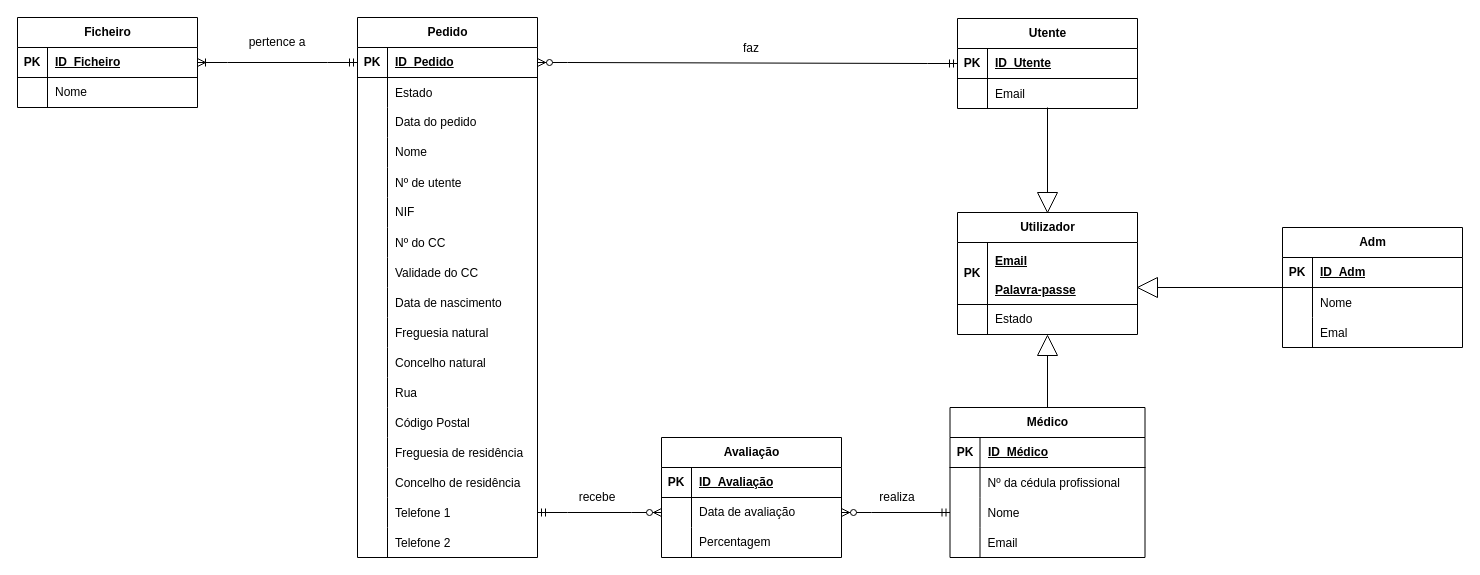
Earlier version of the draw.io diagram Diagramas/ER/diagrama_ER_JMAI.drawio (xaloftal/Juntas). Source tidied: cells renumbered, new cells numbered last; positions are measured from the earlier drawing's top-left corner, leaving out a move shared by most shapes. Both pictures are drawn from the tidied source at 100%, with x=0, y=0 at pixel (17, 17).
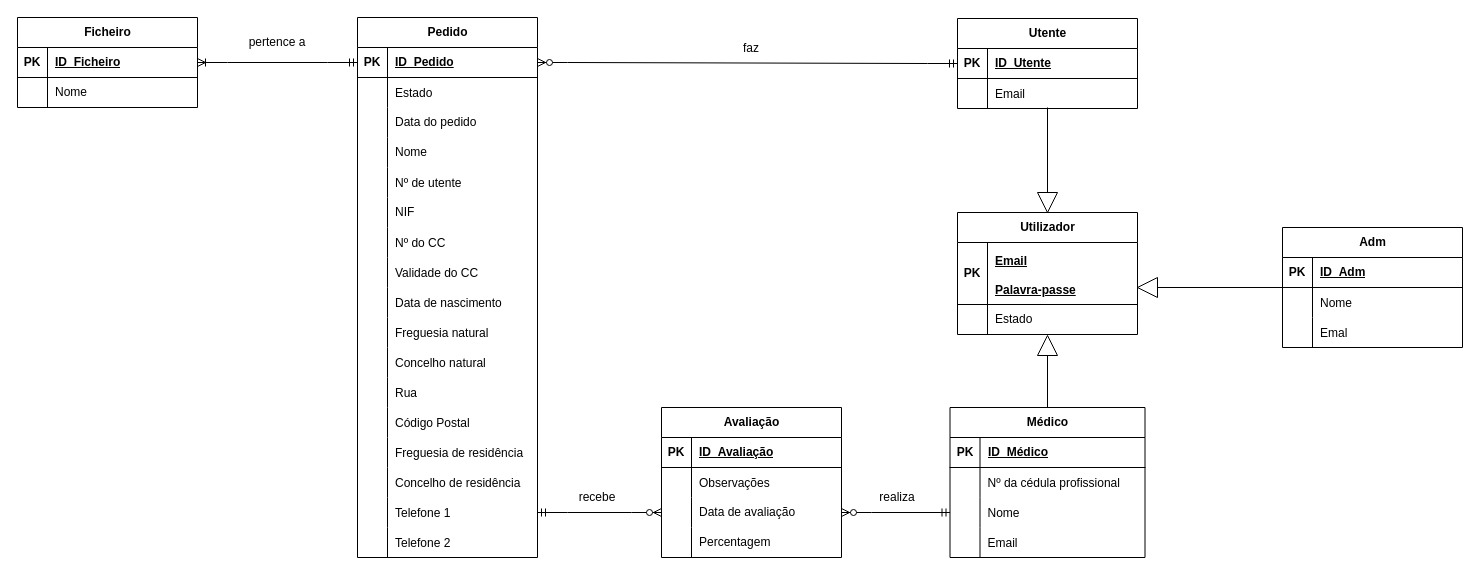
The same page after the edit.

Diff of the diagram source:
```diff
@@
     <mxCell id="61" value="Avaliação" style="shape=table;startSize=30;childLayout=tableLayout;rowLines=0;fontStyle=1;align=center;html=1;" parent="1" vertex="1">
-      <mxGeometry x="644" y="420" width="180" height="120" as="geometry" />
+      <mxGeometry x="644" y="390" width="180" height="150" as="geometry" />
     </mxCell>
@@
+    <mxCell id="123" style="shape=tableRow;horizontal=0;startSize=0;swimlaneHead=0;swimlaneBody=0;fillColor=none;top=0;left=0;right=0;bottom=0;" parent="61" vertex="1">
+      <mxGeometry y="60" width="180" height="30" as="geometry" />
+    </mxCell>
+    <mxCell id="124" style="shape=partialRectangle;fillColor=none;top=0;left=0;bottom=0;right=0;overflow=hidden;" parent="123" vertex="1">
+      <mxGeometry width="30" height="30" as="geometry" />
+    </mxCell>
+    <mxCell id="125" value="Observações" style="shape=partialRectangle;fillColor=none;top=0;left=0;bottom=0;right=0;align=left;spacingLeft=6;overflow=hidden;" parent="123" vertex="1">
+      <mxGeometry x="30" width="150" height="30" as="geometry" />
+    </mxCell>
     <mxCell id="65" style="shape=tableRow;horizontal=0;startSize=0;swimlaneHead=0;swimlaneBody=0;fillColor=none;points=[[0,0.5],[1,0.5]];portConstraint=eastwest;top=0;left=0;right=0;bottom=0;" parent="61" vertex="1">
-      <mxGeometry y="60" width="180" height="30" as="geometry" />
+      <mxGeometry y="90" width="180" height="30" as="geometry" />
     </mxCell>
@@
     <mxCell id="68" style="shape=tableRow;horizontal=0;startSize=0;swimlaneHead=0;swimlaneBody=0;fillColor=none;top=0;left=0;right=0;bottom=0;" parent="61" vertex="1">
-      <mxGeometry y="90" width="180" height="30" as="geometry" />
+      <mxGeometry y="120" width="180" height="30" as="geometry" />
     </mxCell>
```
